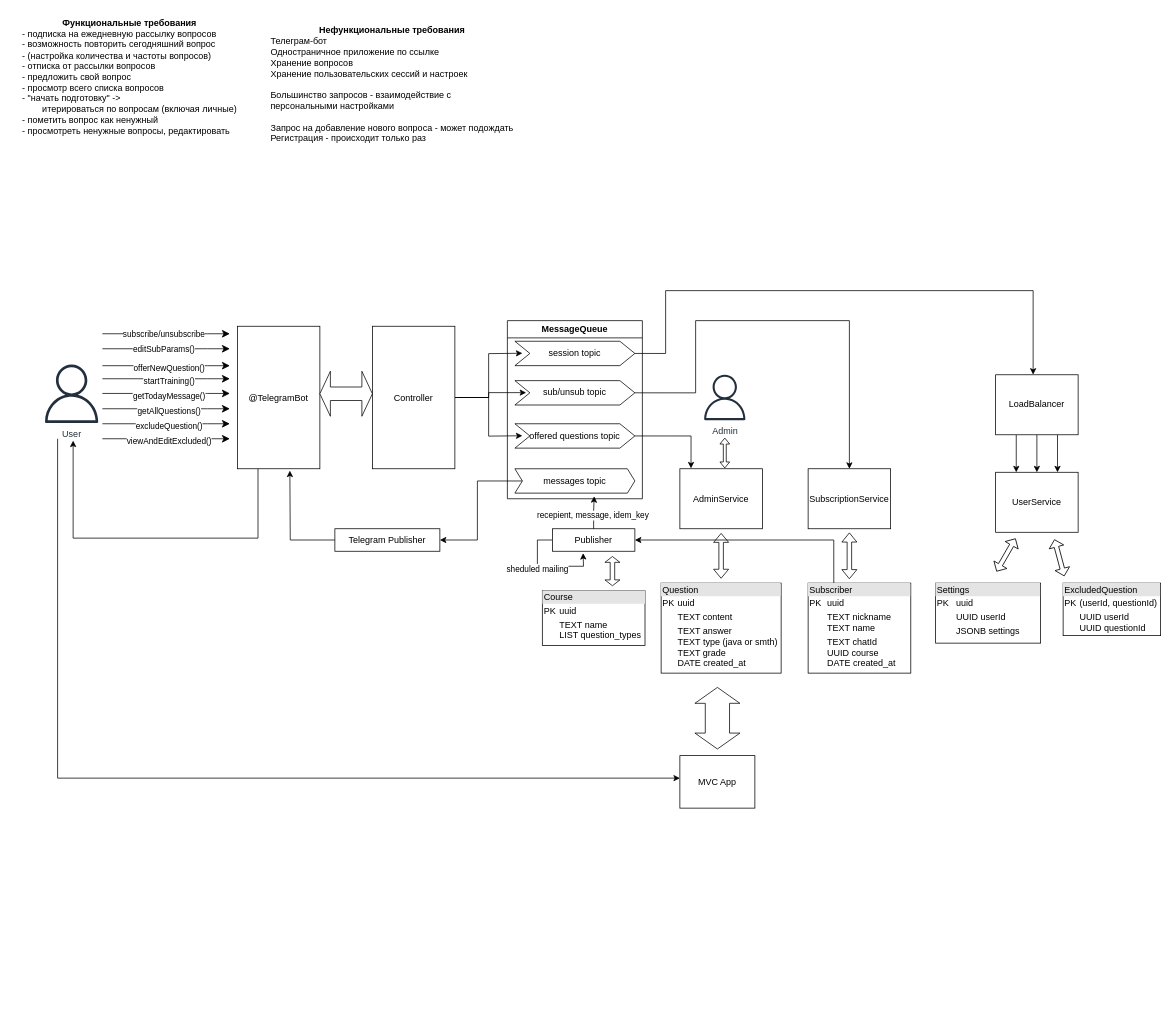
Above: SobesCracker.drawio in maksarts/test-project-files (draw.io), before the change. Source tidied: cells renumbered, new cells numbered last; positions are measured from the earlier drawing's top-left corner, leaving out a move shared by most shapes. Both pictures are drawn from the tidied source at 75%, with x=0, y=0 at pixel (13, 13).
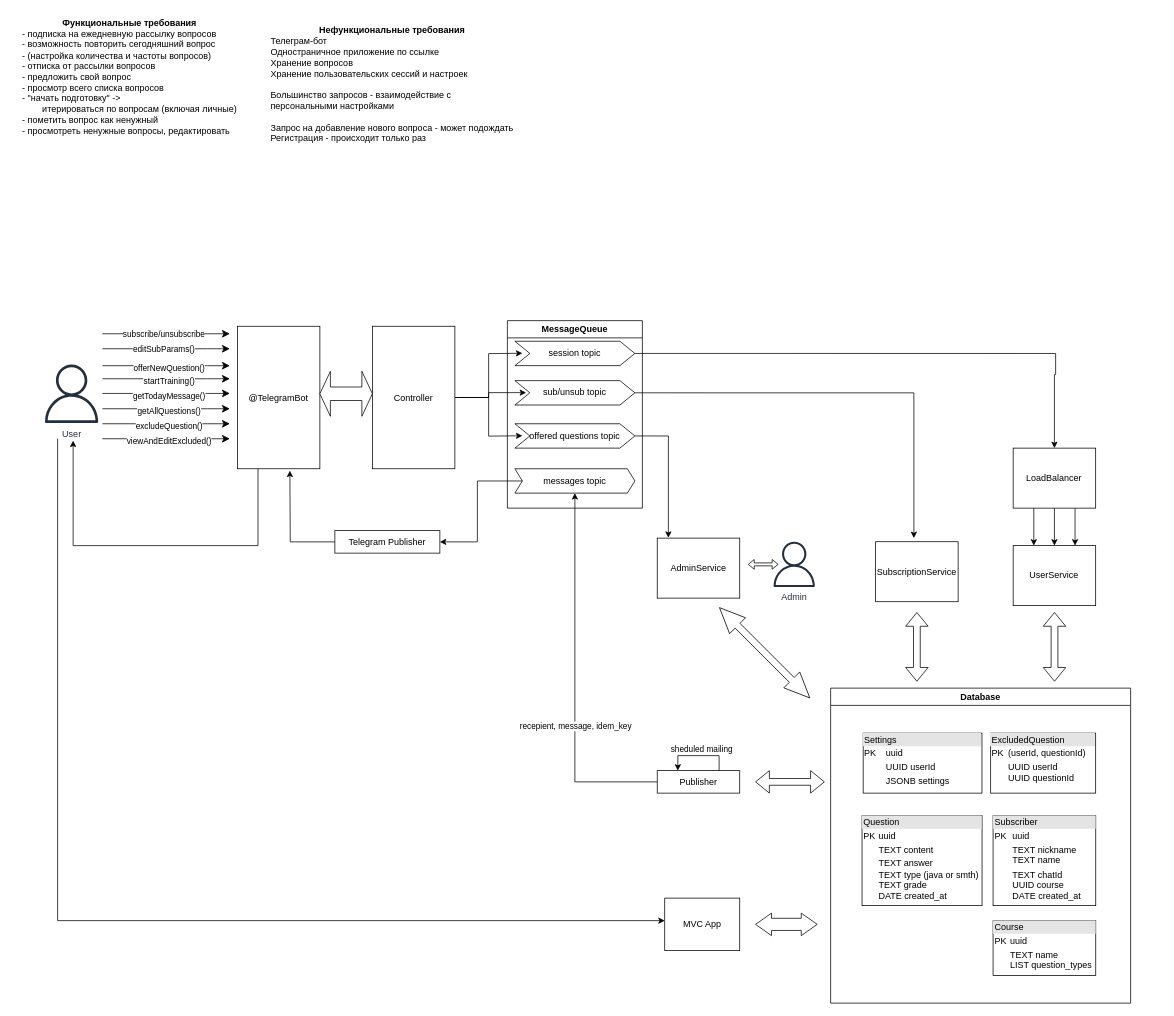
Above is the later version.

Unchanged cells that the change refers to:
```xml
<mxCell id="6" value="@TelegramBot" style="html=1;whiteSpace=wrap;" parent="1" vertex="1">
  <mxGeometry x="299" y="417.5" width="110" height="190" as="geometry" />
</mxCell>
<mxCell id="25" value="session topic" style="shape=step;perimeter=stepPerimeter;whiteSpace=wrap;html=1;fixedSize=1;" parent="24" vertex="1">
  <mxGeometry x="10" y="27.5" width="160" height="32.5" as="geometry" />
</mxCell>
<mxCell id="26" value="sub/unsub topic" style="shape=step;perimeter=stepPerimeter;whiteSpace=wrap;html=1;fixedSize=1;" parent="24" vertex="1">
  <mxGeometry x="10" y="80" width="160" height="32.5" as="geometry" />
</mxCell>
<mxCell id="28" value="messages topic" style="shape=step;perimeter=stepPerimeter;whiteSpace=wrap;html=1;fixedSize=1;size=10;" parent="24" vertex="1">
  <mxGeometry x="10" y="197.5" width="160" height="32.5" as="geometry" />
</mxCell>
```

Change to the diagram source:
```diff
@@
     <mxCell id="4" style="edgeStyle=orthogonalEdgeStyle;rounded=0;jettySize=auto;html=1;" parent="1" edge="1" target="38">
       <mxGeometry relative="1" as="geometry">
         <mxPoint x="59.3" y="567.5" as="sourcePoint" />
         <Array as="points">
-          <mxPoint x="59" y="1020" />
+          <mxPoint x="59" y="1210" />
         </Array>
       </mxGeometry>
     </mxCell>
     <mxCell id="5" style="edgeStyle=orthogonalEdgeStyle;rounded=0;jettySize=auto;html=1;exitX=0.25;exitY=1;exitDx=0;exitDy=0;" parent="1" edge="1" source="6">
       <mxGeometry relative="1" as="geometry">
         <mxPoint x="80" y="570" as="targetPoint" />
         <Array as="points">
-          <mxPoint x="327" y="700" />
-          <mxPoint x="80" y="700" />
+          <mxPoint x="327" y="710" />
+          <mxPoint x="80" y="710" />
         </Array>
       </mxGeometry>
     </mxCell>
@@
     <mxCell id="24" value="MessageQueue" style="swimlane;whiteSpace=wrap;html=1;" parent="1" vertex="1">
-      <mxGeometry x="659" y="410" width="180" height="237.5" as="geometry" />
+      <mxGeometry x="659" y="410" width="180" height="250" as="geometry" />
     </mxCell>
@@
     <mxCell id="29" value="SubscriptionService" style="html=1;whiteSpace=wrap;" parent="1" vertex="1">
-      <mxGeometry x="1060" y="607.5" width="110" height="80" as="geometry" />
+      <mxGeometry x="1150" y="704.8" width="110" height="80" as="geometry" />
     </mxCell>
-    <mxCell id="30" style="edgeStyle=orthogonalEdgeStyle;rounded=0;jettySize=auto;html=1;exitX=1;exitY=0.5;exitDx=0;exitDy=0;entryX=0.5;entryY=0;entryDx=0;entryDy=0;" parent="1" edge="1" source="26" target="29">
+    <mxCell id="30" style="edgeStyle=orthogonalEdgeStyle;rounded=0;jettySize=auto;html=1;exitX=1;exitY=0.5;exitDx=0;exitDy=0;" parent="1" edge="1" source="26">
       <mxGeometry relative="1" as="geometry">
+        <mxPoint x="1201" y="700" as="targetPoint" />
         <Array as="points">
-          <mxPoint x="910" y="506" />
-          <mxPoint x="910" y="410" />
-          <mxPoint x="1115" y="410" />
+          <mxPoint x="1201" y="506" />
         </Array>
       </mxGeometry>
     </mxCell>
@@
     <mxCell id="35" value="LoadBalancer" style="html=1;whiteSpace=wrap;" parent="1" vertex="1">
-      <mxGeometry x="1310" y="482.2" width="110" height="80" as="geometry" />
+      <mxGeometry x="1333.4" y="580" width="110" height="80" as="geometry" />
     </mxCell>
-    <mxCell id="36" style="edgeStyle=orthogonalEdgeStyle;rounded=0;jettySize=auto;html=1;exitX=1;exitY=0.5;exitDx=0;exitDy=0;" parent="1" edge="1" source="25">
+    <mxCell id="36" style="edgeStyle=orthogonalEdgeStyle;rounded=0;jettySize=auto;html=1;exitX=1;exitY=0.5;exitDx=0;exitDy=0;entryX=0.5;entryY=0;entryDx=0;entryDy=0;" parent="1" edge="1" source="25" target="35">
       <mxGeometry relative="1" as="geometry">
-        <mxPoint x="1360" y="482" as="targetPoint" />
         <Array as="points">
-          <mxPoint x="870" y="454" />
-          <mxPoint x="870" y="370" />
-          <mxPoint x="1360" y="370" />
-          <mxPoint x="1360" y="482" />
+          <mxPoint x="1390" y="454" />
+          <mxPoint x="1390" y="482" />
         </Array>
       </mxGeometry>
     </mxCell>
     <mxCell id="37" value="UserService" style="html=1;whiteSpace=wrap;" parent="1" vertex="1">
-      <mxGeometry x="1310" y="612.2" width="110" height="80" as="geometry" />
+      <mxGeometry x="1333.4" y="710" width="110" height="80" as="geometry" />
     </mxCell>
     <mxCell id="38" value="MVC App" style="html=1;whiteSpace=wrap;" parent="1" vertex="1">
-      <mxGeometry x="889" y="990" width="100" height="70" as="geometry" />
+      <mxGeometry x="868.8" y="1180" width="100" height="70" as="geometry" />
     </mxCell>
-    <mxCell id="39" style="shape=doubleArrow;whiteSpace=wrap;html=1;rotation=90;arrowWidth=0.5391343826593205;arrowSize=0.2583317068478932;" parent="1" vertex="1">
-      <mxGeometry x="898" y="910.1" width="82.1" height="60" as="geometry" />
+    <mxCell id="39" style="shape=doubleArrow;whiteSpace=wrap;html=1;rotation=-180;arrowWidth=0.5391343826593205;arrowSize=0.2583317068478932;" parent="1" vertex="1">
+      <mxGeometry x="990" y="1200" width="82.1" height="30" as="geometry" />
     </mxCell>
-    <mxCell id="40" style="edgeStyle=orthogonalEdgeStyle;rounded=0;jettySize=auto;html=1;exitX=0;exitY=0.5;exitDx=0;exitDy=0;" parent="1" edge="1" source="42">
-      <mxGeometry relative="1" as="geometry">
-        <mxPoint x="760" y="720" as="targetPoint" />
-      </mxGeometry>
-    </mxCell>
-    <mxCell id="41" value="sheduled mailing" style="edgeLabel;html=1;align=center;verticalAlign=middle;" parent="40" vertex="1">
-      <mxGeometry x="-0.18" y="-3" relative="1" as="geometry">
-        <mxPoint x="-1" as="offset" />
-      </mxGeometry>
-    </mxCell>
+    <mxCell id="54" style="edgeStyle=orthogonalEdgeStyle;rounded=0;jettySize=auto;html=1;exitX=0;exitY=0.5;exitDx=0;exitDy=0;entryX=0.5;entryY=1;entryDx=0;entryDy=0;" parent="1" edge="1" source="42" target="28">
+      <mxGeometry relative="1" as="geometry" />
+    </mxCell>
+    <mxCell id="55" value="recepient, message, idem_key" style="edgeLabel;html=1;align=center;verticalAlign=middle;" parent="54" vertex="1">
+      <mxGeometry x="0.37" y="-5" relative="1" as="geometry">
+        <mxPoint x="-5" y="155" as="offset" />
+      </mxGeometry>
+    </mxCell>
     <mxCell id="42" value="Publisher" style="html=1;whiteSpace=wrap;" parent="1" vertex="1">
-      <mxGeometry x="719" y="687.5" width="110" height="30" as="geometry" />
+      <mxGeometry x="858.8" y="1010" width="110" height="30" as="geometry" />
     </mxCell>
-    <mxCell id="43" style="shape=doubleArrow;whiteSpace=wrap;html=1;rotation=90;" parent="1" vertex="1">
-      <mxGeometry x="914.1" y="713.6" width="59.8" height="20" as="geometry" />
-    </mxCell>
-    <mxCell id="44" style="shape=doubleArrow;whiteSpace=wrap;html=1;rotation=90;" parent="1" vertex="1">
-      <mxGeometry x="1084.4" y="713.6" width="61.2" height="20" as="geometry" />
-    </mxCell>
     <mxCell id="45" value="&lt;div style=&quot;box-sizing:border-box;width:100%;background:#e4e4e4;padding:2px;&quot;&gt;Question&lt;/div&gt;&lt;table style=&quot;width:100%;font-size:1em;&quot; cellpadding=&quot;2&quot; cellspacing=&quot;0&quot;&gt;&lt;tbody&gt;&lt;tr&gt;&lt;td&gt;PK&lt;/td&gt;&lt;td&gt;uuid&lt;/td&gt;&lt;/tr&gt;&lt;tr&gt;&lt;td&gt;&lt;br&gt;&lt;/td&gt;&lt;td&gt;TEXT content&lt;/td&gt;&lt;/tr&gt;&lt;tr&gt;&lt;td&gt;&lt;/td&gt;&lt;td&gt;TEXT answer&lt;br&gt;TEXT&amp;nbsp;type (java or smth)&lt;br&gt;TEXT grade&lt;br&gt;DATE created_at&lt;br&gt;&lt;/td&gt;&lt;/tr&gt;&lt;/tbody&gt;&lt;/table&gt;" style="verticalAlign=top;align=left;overflow=fill;html=1;whiteSpace=wrap;" parent="1" vertex="1">
-      <mxGeometry x="864" y="760" width="160" height="120" as="geometry" />
+      <mxGeometry x="1131.9" y="1070" width="160" height="120" as="geometry" />
     </mxCell>
-    <mxCell id="46" style="edgeStyle=orthogonalEdgeStyle;rounded=0;jettySize=auto;html=1;exitX=0.25;exitY=0;exitDx=0;exitDy=0;entryX=1;entryY=0.5;entryDx=0;entryDy=0;" parent="1" edge="1" source="47" target="42">
-      <mxGeometry relative="1" as="geometry" />
-    </mxCell>
     <mxCell id="47" value="&lt;div style=&quot;box-sizing:border-box;width:100%;background:#e4e4e4;padding:2px;&quot;&gt;Subscriber&lt;/div&gt;&lt;table style=&quot;width:100%;font-size:1em;&quot; cellpadding=&quot;2&quot; cellspacing=&quot;0&quot;&gt;&lt;tbody&gt;&lt;tr&gt;&lt;td&gt;PK&lt;/td&gt;&lt;td&gt;uuid&lt;/td&gt;&lt;/tr&gt;&lt;tr&gt;&lt;td&gt;&lt;br&gt;&lt;/td&gt;&lt;td&gt;TEXT&amp;nbsp;nickname&lt;br&gt;TEXT&amp;nbsp;name&lt;/td&gt;&lt;/tr&gt;&lt;tr&gt;&lt;td&gt;&lt;/td&gt;&lt;td&gt;TEXT&amp;nbsp;chatId&lt;br&gt;UUID course&lt;br&gt;DATE created_at&lt;/td&gt;&lt;/tr&gt;&lt;/tbody&gt;&lt;/table&gt;" style="verticalAlign=top;align=left;overflow=fill;html=1;whiteSpace=wrap;" parent="1" vertex="1">
-      <mxGeometry x="1060" y="760" width="136.9" height="120" as="geometry" />
+      <mxGeometry x="1306.6" y="1070" width="136.9" height="120" as="geometry" />
     </mxCell>
     <mxCell id="48" value="&lt;div style=&quot;box-sizing:border-box;width:100%;background:#e4e4e4;padding:2px;&quot;&gt;Settings&lt;/div&gt;&lt;table style=&quot;width:100%;font-size:1em;&quot; cellpadding=&quot;2&quot; cellspacing=&quot;0&quot;&gt;&lt;tbody&gt;&lt;tr&gt;&lt;td&gt;PK&lt;/td&gt;&lt;td&gt;uuid&lt;/td&gt;&lt;/tr&gt;&lt;tr&gt;&lt;td&gt;&lt;br&gt;&lt;/td&gt;&lt;td&gt;UUID userId&lt;/td&gt;&lt;/tr&gt;&lt;tr&gt;&lt;td&gt;&lt;br&gt;&lt;/td&gt;&lt;td&gt;JSONB settings&lt;/td&gt;&lt;/tr&gt;&lt;/tbody&gt;&lt;/table&gt;" style="verticalAlign=top;align=left;overflow=fill;html=1;whiteSpace=wrap;" parent="1" vertex="1">
-      <mxGeometry x="1230" y="760" width="140" height="80" as="geometry" />
+      <mxGeometry x="1133.4" y="960" width="158.4" height="80" as="geometry" />
     </mxCell>
     <mxCell id="49" value="&lt;div style=&quot;box-sizing:border-box;width:100%;background:#e4e4e4;padding:2px;&quot;&gt;ExcludedQuestion&lt;/div&gt;&lt;table style=&quot;width:100%;font-size:1em;&quot; cellpadding=&quot;2&quot; cellspacing=&quot;0&quot;&gt;&lt;tbody&gt;&lt;tr&gt;&lt;td&gt;PK&lt;/td&gt;&lt;td&gt;(userId, questionId)&lt;/td&gt;&lt;/tr&gt;&lt;tr&gt;&lt;td&gt;&lt;br&gt;&lt;/td&gt;&lt;td&gt;UUID userId&lt;br&gt;UUID questionId&lt;br&gt;&lt;/td&gt;&lt;/tr&gt;&lt;/tbody&gt;&lt;/table&gt;" style="verticalAlign=top;align=left;overflow=fill;html=1;whiteSpace=wrap;" parent="1" vertex="1">
-      <mxGeometry x="1400" y="760" width="130" height="70" as="geometry" />
+      <mxGeometry x="1303.4" y="960" width="140" height="80" as="geometry" />
     </mxCell>
@@
-    <mxCell id="54" style="edgeStyle=orthogonalEdgeStyle;rounded=0;jettySize=auto;html=1;exitX=0.5;exitY=0;exitDx=0;exitDy=0;entryX=0.661;entryY=1.129;entryDx=0;entryDy=0;entryPerimeter=0;" parent="1" edge="1" source="42" target="28">
-      <mxGeometry relative="1" as="geometry" />
-    </mxCell>
-    <mxCell id="55" value="recepient, message, idem_key" style="edgeLabel;html=1;align=center;verticalAlign=middle;" parent="54" vertex="1">
-      <mxGeometry x="-0.16" y="2" relative="1" as="geometry">
-        <mxPoint y="1" as="offset" />
-      </mxGeometry>
-    </mxCell>
@@
     <mxCell id="57" value="Telegram Publisher" style="html=1;whiteSpace=wrap;" parent="1" vertex="1">
-      <mxGeometry x="429" y="687.5" width="140" height="30" as="geometry" />
+      <mxGeometry x="429" y="690" width="140" height="30" as="geometry" />
     </mxCell>
@@
     <mxCell id="60" value="AdminService" style="html=1;whiteSpace=wrap;" parent="1" vertex="1">
-      <mxGeometry x="889" y="607.5" width="110" height="80" as="geometry" />
+      <mxGeometry x="858.8" y="700" width="110" height="80" as="geometry" />
     </mxCell>
-    <mxCell id="61" style="shape=doubleArrow;whiteSpace=wrap;html=1;rotation=120;" parent="1" vertex="1">
-      <mxGeometry x="1298.9" y="712.5" width="50" height="20" as="geometry" />
-    </mxCell>
     <mxCell id="62" value="Admin" style="sketch=0;fontColor=#232F3E;gradientColor=none;fillColor=#232F3D;strokeColor=none;dashed=0;verticalLabelPosition=bottom;verticalAlign=top;align=center;html=1;fontSize=12;fontStyle=0;shape=mxgraph.aws4.user;" parent="1" vertex="1">
-      <mxGeometry x="918.6" y="482.2" width="60.5" height="60.5" as="geometry" />
+      <mxGeometry x="1011.2" y="704.8" width="60.5" height="60.5" as="geometry" />
     </mxCell>
-    <mxCell id="63" style="shape=doubleArrow;whiteSpace=wrap;html=1;rotation=90;" parent="1" vertex="1">
-      <mxGeometry x="929" y="580" width="39.8" height="13" as="geometry" />
+    <mxCell id="63" style="shape=doubleArrow;whiteSpace=wrap;html=1;rotation=-180;" parent="1" vertex="1">
+      <mxGeometry x="980.2" y="728.5" width="39.8" height="13" as="geometry" />
     </mxCell>
-    <mxCell id="64" style="shape=doubleArrow;whiteSpace=wrap;html=1;rotation=75;" parent="1" vertex="1">
-      <mxGeometry x="1370" y="716.2" width="50" height="20" as="geometry" />
-    </mxCell>
     <mxCell id="65" value="&lt;div style=&quot;box-sizing:border-box;width:100%;background:#e4e4e4;padding:2px;&quot;&gt;Course&lt;/div&gt;&lt;table style=&quot;width:100%;font-size:1em;&quot; cellpadding=&quot;2&quot; cellspacing=&quot;0&quot;&gt;&lt;tbody&gt;&lt;tr&gt;&lt;td&gt;PK&lt;/td&gt;&lt;td&gt;uuid&lt;/td&gt;&lt;/tr&gt;&lt;tr&gt;&lt;td&gt;&lt;br&gt;&lt;/td&gt;&lt;td&gt;TEXT&amp;nbsp;name&lt;br&gt;LIST question_types&lt;/td&gt;&lt;/tr&gt;&lt;/tbody&gt;&lt;/table&gt;" style="verticalAlign=top;align=left;overflow=fill;html=1;whiteSpace=wrap;" parent="1" vertex="1">
-      <mxGeometry x="705.6" y="770" width="136.9" height="73" as="geometry" />
+      <mxGeometry x="1306.6" y="1210" width="136.9" height="73" as="geometry" />
     </mxCell>
-    <mxCell id="66" style="shape=doubleArrow;whiteSpace=wrap;html=1;rotation=90;" parent="1" vertex="1">
-      <mxGeometry x="779.6" y="734" width="39" height="20" as="geometry" />
-    </mxCell>
+    <mxCell id="67" value="Database" style="swimlane;whiteSpace=wrap;html=1;" parent="1" vertex="1">
+      <mxGeometry x="1090" y="900" width="400" height="420" as="geometry" />
+    </mxCell>
+    <mxCell id="68" style="shape=doubleArrow;whiteSpace=wrap;html=1;rotation=90;" parent="1" vertex="1">
+      <mxGeometry x="1342.7" y="830" width="91.6" height="30" as="geometry" />
+    </mxCell>
+    <mxCell id="69" style="shape=doubleArrow;whiteSpace=wrap;html=1;rotation=90;" parent="1" vertex="1">
+      <mxGeometry x="1159.2" y="830" width="91.6" height="30" as="geometry" />
+    </mxCell>
+    <mxCell id="70" style="shape=doubleArrow;whiteSpace=wrap;html=1;rotation=45;" parent="1" vertex="1">
+      <mxGeometry x="916.9" y="837.9" width="170.3" height="30" as="geometry" />
+    </mxCell>
+    <mxCell id="71" style="shape=doubleArrow;whiteSpace=wrap;html=1;rotation=-180;" parent="1" vertex="1">
+      <mxGeometry x="990" y="1010" width="91.6" height="30" as="geometry" />
+    </mxCell>
+    <mxCell id="72" style="edgeStyle=orthogonalEdgeStyle;rounded=0;orthogonalLoop=1;jettySize=auto;html=1;exitX=0.75;exitY=0;exitDx=0;exitDy=0;entryX=0.25;entryY=0;entryDx=0;entryDy=0;" parent="1" edge="1" source="42" target="42">
+      <mxGeometry relative="1" as="geometry">
+        <Array as="points">
+          <mxPoint x="941" y="990" />
+          <mxPoint x="886" y="990" />
+        </Array>
+      </mxGeometry>
+    </mxCell>
+    <mxCell id="41" value="sheduled mailing" style="edgeLabel;html=1;align=center;verticalAlign=middle;" parent="72" vertex="1">
+      <mxGeometry x="-0.13" y="-2" relative="1" as="geometry">
+        <mxPoint x="-3" y="-8" as="offset" />
+      </mxGeometry>
+    </mxCell>
```
